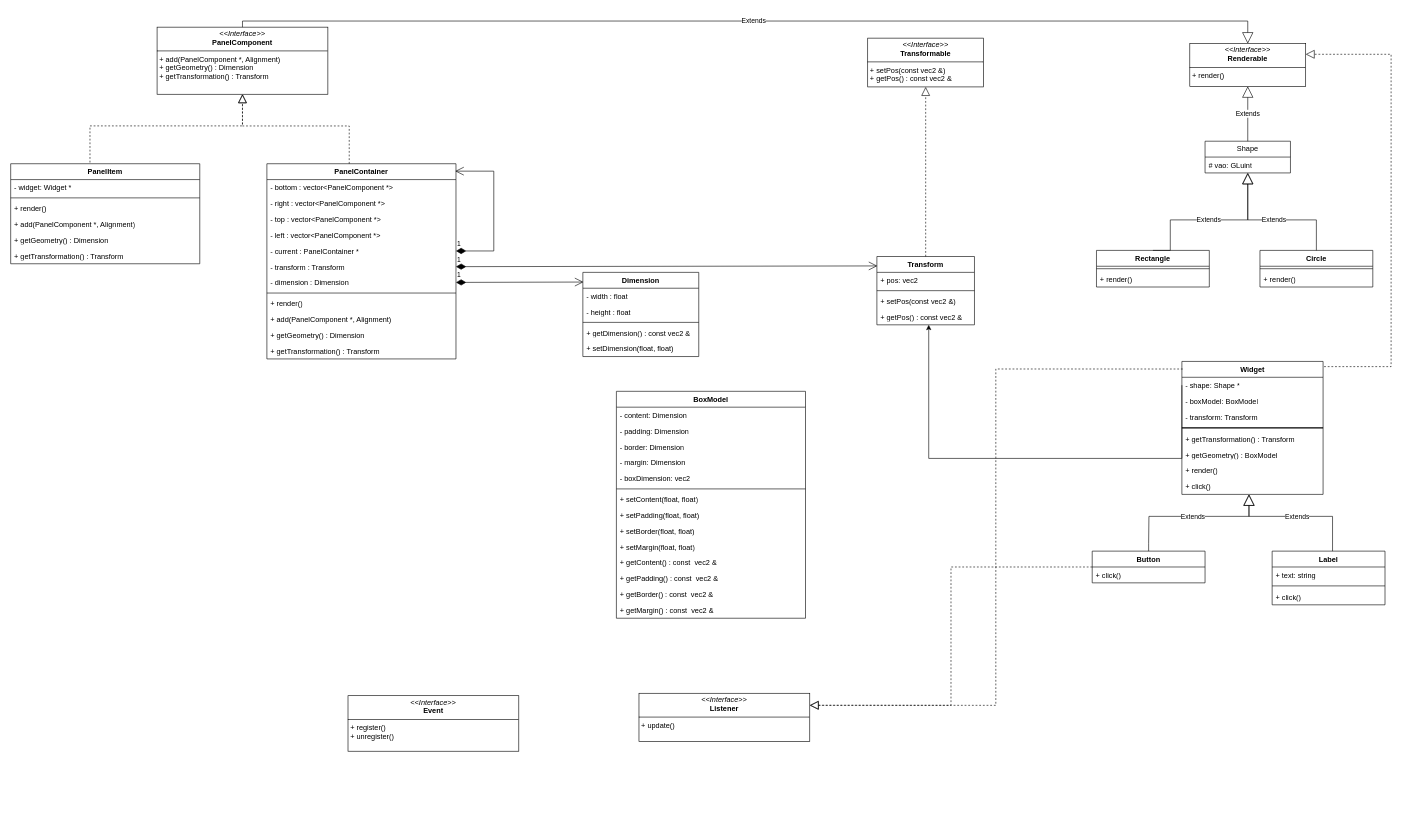
This is design.drawio from BlackedMe/SphereUI, a draw.io file, before an edit. Source tidied: cells renumbered, new cells numbered last; positions are measured from the earlier drawing's top-left corner, leaving out a move shared by most shapes. Both pictures are drawn from the tidied source at 61%, with x=0, y=0 at pixel (10, 27).
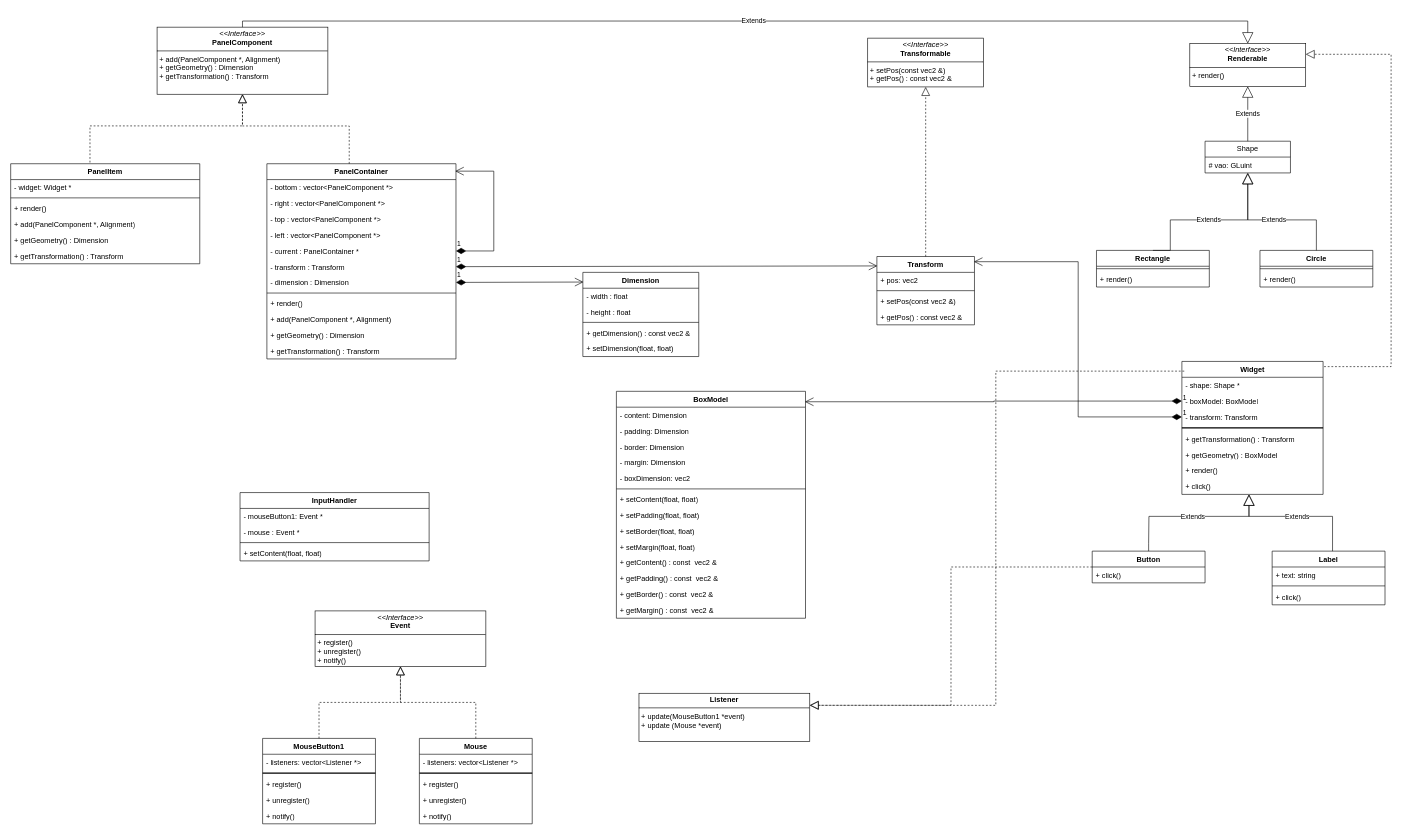
The same page after the edit.

The change refers to these unchanged cells:
```xml
<mxCell id="7" value="Transform" style="swimlane;fontStyle=1;align=center;verticalAlign=top;horizontal=1;startSize=26;whiteSpace=wrap;html=1;" parent="1" vertex="1">
  <mxGeometry x="1420" y="376" width="160" height="112" as="geometry" />
</mxCell>
<mxCell id="53" value="BoxModel" style="swimlane;fontStyle=1;align=center;verticalAlign=top;horizontal=1;startSize=26;whiteSpace=wrap;html=1;" parent="1" vertex="1">
  <mxGeometry x="993" y="597" width="310" height="372" as="geometry" />
</mxCell>
<mxCell id="74" value="Widget" style="swimlane;fontStyle=1;align=center;verticalAlign=top;horizontal=1;startSize=26;whiteSpace=wrap;html=1;" parent="1" vertex="1">
  <mxGeometry x="1920" y="548" width="231.5" height="218" as="geometry" />
</mxCell>
<mxCell id="75" value="- shape: Shape *" style="text;strokeColor=none;fillColor=none;align=left;verticalAlign=top;spacingLeft=4;spacingRight=4;overflow=hidden;points=[[0,0.5],[1,0.5]];portConstraint=eastwest;whiteSpace=wrap;html=1;" parent="74" vertex="1">
  <mxGeometry y="26" width="231.5" height="26" as="geometry" />
</mxCell>
<mxCell id="76" value="- boxModel: BoxModel" style="text;strokeColor=none;fillColor=none;align=left;verticalAlign=top;spacingLeft=4;spacingRight=4;overflow=hidden;points=[[0,0.5],[1,0.5]];portConstraint=eastwest;whiteSpace=wrap;html=1;" parent="74" vertex="1">
  <mxGeometry y="52" width="231.5" height="26" as="geometry" />
</mxCell>
<mxCell id="77" value="- transform: Transform" style="text;strokeColor=none;fillColor=none;align=left;verticalAlign=top;spacingLeft=4;spacingRight=4;overflow=hidden;points=[[0,0.5],[1,0.5]];portConstraint=eastwest;whiteSpace=wrap;html=1;" parent="74" vertex="1">
  <mxGeometry y="78" width="231.5" height="26" as="geometry" />
</mxCell>
```

Change to the diagram source:
```diff
@@
-    <mxCell id="85" style="edgeStyle=orthogonalEdgeStyle;rounded=0;jettySize=auto;html=1;exitX=0;exitY=0.5;exitDx=0;exitDy=0;" parent="1" edge="1" source="75" target="7">
-      <mxGeometry relative="1" as="geometry">
-        <Array as="points">
-          <mxPoint x="1920" y="707" />
-          <mxPoint x="1505" y="707" />
-        </Array>
-      </mxGeometry>
-    </mxCell>
-    <mxCell id="86" value="&lt;p style=&quot;margin:0px;margin-top:4px;text-align:center;&quot;&gt;&lt;i&gt;&amp;lt;&amp;lt;Interface&amp;gt;&amp;gt;&lt;/i&gt;&lt;br&gt;&lt;b&gt;Event&lt;/b&gt;&lt;/p&gt;&lt;hr size=&quot;1&quot; style=&quot;border-style:solid;&quot;&gt;&lt;p style=&quot;margin:0px;margin-left:4px;&quot;&gt;+ register()&lt;br&gt;&lt;/p&gt;&lt;p style=&quot;margin:0px;margin-left:4px;&quot;&gt;+ unregister()&lt;/p&gt;" style="verticalAlign=top;align=left;overflow=fill;html=1;whiteSpace=wrap;" parent="1" vertex="1">
-      <mxGeometry x="553" y="1096" width="280" height="91" as="geometry" />
+    <mxCell id="86" value="&lt;p style=&quot;margin:0px;margin-top:4px;text-align:center;&quot;&gt;&lt;i&gt;&amp;lt;&amp;lt;Interface&amp;gt;&amp;gt;&lt;/i&gt;&lt;br&gt;&lt;b&gt;Event&lt;/b&gt;&lt;/p&gt;&lt;hr size=&quot;1&quot; style=&quot;border-style:solid;&quot;&gt;&lt;p style=&quot;margin:0px;margin-left:4px;&quot;&gt;+ register()&lt;br&gt;&lt;/p&gt;&lt;p style=&quot;margin:0px;margin-left:4px;&quot;&gt;+ unregister()&lt;/p&gt;&lt;p style=&quot;margin:0px;margin-left:4px;&quot;&gt;+ notify()&lt;/p&gt;" style="verticalAlign=top;align=left;overflow=fill;html=1;whiteSpace=wrap;" parent="1" vertex="1">
+      <mxGeometry x="499" y="957" width="280" height="91" as="geometry" />
     </mxCell>
@@
-    <mxCell id="90" value="&lt;p style=&quot;margin:0px;margin-top:4px;text-align:center;&quot;&gt;&lt;i&gt;&amp;lt;&amp;lt;Interface&amp;gt;&amp;gt;&lt;/i&gt;&lt;br&gt;&lt;b&gt;Listener&lt;/b&gt;&lt;/p&gt;&lt;hr size=&quot;1&quot; style=&quot;border-style:solid;&quot;&gt;&lt;p style=&quot;margin:0px;margin-left:4px;&quot;&gt;+ update()&lt;/p&gt;" style="verticalAlign=top;align=left;overflow=fill;html=1;whiteSpace=wrap;" parent="1" vertex="1">
+    <mxCell id="90" value="&lt;p style=&quot;margin:0px;margin-top:4px;text-align:center;&quot;&gt;&lt;b&gt;Listener&lt;/b&gt;&lt;/p&gt;&lt;hr size=&quot;1&quot; style=&quot;border-style:solid;&quot;&gt;&lt;p style=&quot;margin:0px;margin-left:4px;&quot;&gt;+ update(MouseButton1 *event)&lt;/p&gt;&lt;p style=&quot;margin:0px;margin-left:4px;&quot;&gt;+ update (Mouse *event)&lt;/p&gt;" style="verticalAlign=top;align=left;overflow=fill;html=1;whiteSpace=wrap;" parent="1" vertex="1">
       <mxGeometry x="1030" y="1092" width="280" height="79" as="geometry" />
     </mxCell>
@@
+    <mxCell id="93" value="1" style="endArrow=open;html=1;endSize=12;startArrow=diamondThin;startSize=14;startFill=1;edgeStyle=orthogonalEdgeStyle;align=left;verticalAlign=bottom;rounded=0;entryX=0.997;entryY=0.046;entryDx=0;entryDy=0;entryPerimeter=0;" parent="1" edge="1" source="76" target="53">
+      <mxGeometry x="-1" y="3" relative="1" as="geometry" />
+    </mxCell>
+    <mxCell id="94" value="1" style="endArrow=open;html=1;endSize=12;startArrow=diamondThin;startSize=14;startFill=1;edgeStyle=orthogonalEdgeStyle;align=left;verticalAlign=bottom;rounded=0;entryX=0.994;entryY=0.076;entryDx=0;entryDy=0;entryPerimeter=0;exitX=0;exitY=0.5;exitDx=0;exitDy=0;" parent="1" edge="1" source="77" target="7">
+      <mxGeometry x="-1" y="3" relative="1" as="geometry" />
+    </mxCell>
+    <mxCell id="95" value="InputHandler" style="swimlane;fontStyle=1;align=center;verticalAlign=top;horizontal=1;startSize=26;whiteSpace=wrap;html=1;" parent="1" vertex="1">
+      <mxGeometry x="376" y="763" width="310" height="112" as="geometry" />
+    </mxCell>
+    <mxCell id="96" value="- mouseButton1: Event *" style="text;strokeColor=none;fillColor=none;align=left;verticalAlign=top;spacingLeft=4;spacingRight=4;overflow=hidden;whiteSpace=wrap;html=1;" parent="95" vertex="1">
+      <mxGeometry y="26" width="310" height="26" as="geometry" />
+    </mxCell>
+    <mxCell id="97" value="- mouse : Event *" style="text;strokeColor=none;fillColor=none;align=left;verticalAlign=top;spacingLeft=4;spacingRight=4;overflow=hidden;whiteSpace=wrap;html=1;" parent="95" vertex="1">
+      <mxGeometry y="52" width="310" height="26" as="geometry" />
+    </mxCell>
+    <mxCell id="98" style="line;strokeWidth=1;fillColor=none;align=left;verticalAlign=middle;spacingTop=-1;spacingLeft=3;spacingRight=3;labelPosition=right;strokeColor=inherit;" parent="95" vertex="1">
+      <mxGeometry y="78" width="310" height="8" as="geometry" />
+    </mxCell>
+    <mxCell id="99" value="+ setContent(float, float)" style="text;strokeColor=none;fillColor=none;align=left;verticalAlign=top;spacingLeft=4;spacingRight=4;overflow=hidden;whiteSpace=wrap;html=1;" parent="95" vertex="1">
+      <mxGeometry y="86" width="310" height="26" as="geometry" />
+    </mxCell>
+    <mxCell id="100" value="MouseButton1" style="swimlane;fontStyle=1;align=center;verticalAlign=top;horizontal=1;startSize=26;whiteSpace=wrap;html=1;" parent="1" vertex="1">
+      <mxGeometry x="413" y="1166" width="185" height="140" as="geometry" />
+    </mxCell>
+    <mxCell id="101" value="- listeners: vector&amp;lt;Listener *&amp;gt;" style="text;strokeColor=none;fillColor=none;align=left;verticalAlign=top;spacingLeft=4;spacingRight=4;overflow=hidden;whiteSpace=wrap;html=1;" parent="100" vertex="1">
+      <mxGeometry y="26" width="185" height="26" as="geometry" />
+    </mxCell>
+    <mxCell id="102" style="line;strokeWidth=2;html=1;" parent="100" vertex="1">
+      <mxGeometry y="52" width="185" height="10" as="geometry" />
+    </mxCell>
+    <mxCell id="103" value="+ register()" style="text;strokeColor=none;fillColor=none;align=left;verticalAlign=top;spacingLeft=4;spacingRight=4;overflow=hidden;whiteSpace=wrap;html=1;" parent="100" vertex="1">
+      <mxGeometry y="62" width="185" height="26" as="geometry" />
+    </mxCell>
+    <mxCell id="104" value="+ unregister()" style="text;strokeColor=none;fillColor=none;align=left;verticalAlign=top;spacingLeft=4;spacingRight=4;overflow=hidden;whiteSpace=wrap;html=1;" parent="100" vertex="1">
+      <mxGeometry y="88" width="185" height="26" as="geometry" />
+    </mxCell>
+    <mxCell id="105" value="+ notify()" style="text;strokeColor=none;fillColor=none;align=left;verticalAlign=top;spacingLeft=4;spacingRight=4;overflow=hidden;whiteSpace=wrap;html=1;" parent="100" vertex="1">
+      <mxGeometry y="114" width="185" height="26" as="geometry" />
+    </mxCell>
+    <mxCell id="106" style="endArrow=block;dashed=1;endFill=0;endSize=12;html=1;rounded=0;edgeStyle=orthogonalEdgeStyle;" parent="1" edge="1" source="100" target="86">
+      <mxGeometry relative="1" as="geometry" />
+    </mxCell>
+    <mxCell id="107" value="Mouse" style="swimlane;fontStyle=1;align=center;verticalAlign=top;horizontal=1;startSize=26;whiteSpace=wrap;html=1;" parent="1" vertex="1">
+      <mxGeometry x="670" y="1166" width="185" height="140" as="geometry" />
+    </mxCell>
+    <mxCell id="108" value="- listeners: vector&amp;lt;Listener *&amp;gt;" style="text;strokeColor=none;fillColor=none;align=left;verticalAlign=top;spacingLeft=4;spacingRight=4;overflow=hidden;whiteSpace=wrap;html=1;" parent="107" vertex="1">
+      <mxGeometry y="26" width="185" height="26" as="geometry" />
+    </mxCell>
+    <mxCell id="109" style="line;strokeWidth=2;html=1;" parent="107" vertex="1">
+      <mxGeometry y="52" width="185" height="10" as="geometry" />
+    </mxCell>
+    <mxCell id="110" value="+ register()" style="text;strokeColor=none;fillColor=none;align=left;verticalAlign=top;spacingLeft=4;spacingRight=4;overflow=hidden;whiteSpace=wrap;html=1;" parent="107" vertex="1">
+      <mxGeometry y="62" width="185" height="26" as="geometry" />
+    </mxCell>
+    <mxCell id="111" value="+ unregister()" style="text;strokeColor=none;fillColor=none;align=left;verticalAlign=top;spacingLeft=4;spacingRight=4;overflow=hidden;whiteSpace=wrap;html=1;" parent="107" vertex="1">
+      <mxGeometry y="88" width="185" height="26" as="geometry" />
+    </mxCell>
+    <mxCell id="112" value="+ notify()" style="text;strokeColor=none;fillColor=none;align=left;verticalAlign=top;spacingLeft=4;spacingRight=4;overflow=hidden;whiteSpace=wrap;html=1;" parent="107" vertex="1">
+      <mxGeometry y="114" width="185" height="26" as="geometry" />
+    </mxCell>
+    <mxCell id="113" style="endArrow=block;dashed=1;endFill=0;endSize=12;html=1;rounded=0;edgeStyle=orthogonalEdgeStyle;" parent="1" edge="1" source="107" target="86">
+      <mxGeometry relative="1" as="geometry" />
+    </mxCell>
-    <mxCell id="92" style="endArrow=block;dashed=1;endFill=0;endSize=12;html=1;rounded=0;edgeStyle=orthogonalEdgeStyle;entryX=1;entryY=0.25;entryDx=0;entryDy=0;exitX=0.006;exitY=0.057;exitDx=0;exitDy=0;exitPerimeter=0;" parent="1" edge="1" source="74" target="90">
+    <mxCell id="92" style="endArrow=block;dashed=1;endFill=0;endSize=12;html=1;rounded=0;exitX=0.017;exitY=0.073;exitDx=0;exitDy=0;entryX=1;entryY=0.25;entryDx=0;entryDy=0;edgeStyle=orthogonalEdgeStyle;exitPerimeter=0;" parent="1" edge="1" source="74" target="90">
       <mxGeometry relative="1" as="geometry" />
     </mxCell>
```
